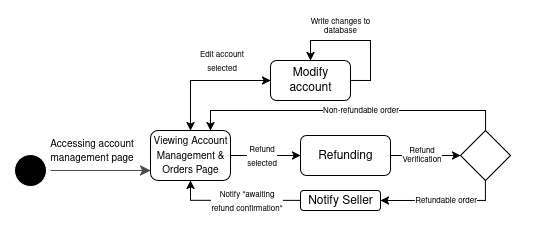
The draw.io diagram SRS Documents/User Story Diagrams/State Diagram - 9.png in TagReaper/CSE-4214-03-Lab-Project, before a commit. Source tidied: cells renumbered, new cells last; positions are measured from the earlier drawing's top-left corner, leaving out a move shared by most shapes.
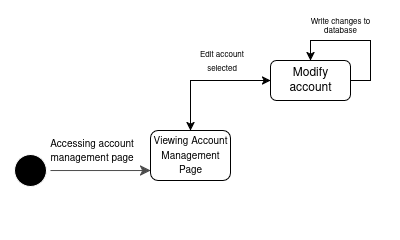
Later version of the same file.

What changed in the source:
```diff
@@ -3,7 +3,7 @@
     <mxCell id="0" />
     <mxCell id="1" parent="0" />
     <mxCell id="2" style="rounded=0;whiteSpace=wrap;html=1;strokeColor=none;" parent="1" vertex="1">
-      <mxGeometry width="540" height="240" as="geometry" />
+      <mxGeometry width="400" height="240" as="geometry" />
     </mxCell>
     <mxCell id="3" style="ellipse;html=1;shape=startState;fillColor=#000000;strokeColor=light-dark(#FFFFFF,#FFFFFF);" parent="1" vertex="1">
       <mxGeometry x="10" y="150" width="40" height="40" as="geometry" />
@@ -21,7 +21,7 @@
         <mxPoint x="2" y="-24" as="offset" />
       </mxGeometry>
     </mxCell>
-    <mxCell id="6" value="&lt;font style=&quot;font-size: 10px;&quot;&gt;Viewing Account Management &amp;amp; Orders Page&lt;/font&gt;" style="rounded=1;whiteSpace=wrap;html=1;" parent="1" vertex="1">
+    <mxCell id="6" value="&lt;font style=&quot;font-size: 10px;&quot;&gt;Viewing Account Management Page&lt;/font&gt;" style="rounded=1;whiteSpace=wrap;html=1;" parent="1" vertex="1">
       <mxGeometry x="150" y="130" width="80" height="50" as="geometry" />
     </mxCell>
     <mxCell id="7" style="endArrow=classic;html=1;rounded=0;" parent="1" edge="1">
@@ -33,16 +33,6 @@
         </Array>
       </mxGeometry>
     </mxCell>
-    <mxCell id="8" style="endArrow=classic;html=1;rounded=0;entryX=0;entryY=0.5;entryDx=0;entryDy=0;" parent="1" edge="1" target="16">
-      <mxGeometry relative="1" as="geometry">
-        <mxPoint x="230" y="155" as="sourcePoint" />
-      </mxGeometry>
-    </mxCell>
-    <mxCell id="9" value="&lt;font style=&quot;font-size: 8px;&quot;&gt;Refund&lt;br&gt;selected&lt;/font&gt;" style="edgeLabel;html=1;align=center;verticalAlign=middle;" parent="8" vertex="1">
-      <mxGeometry x="-0.38" relative="1" as="geometry">
-        <mxPoint x="9" as="offset" />
-      </mxGeometry>
-    </mxCell>
     <mxCell id="10" style="edgeStyle=orthogonalEdgeStyle;rounded=0;jettySize=auto;html=1;entryX=0.5;entryY=0;entryDx=0;entryDy=0;" parent="1" edge="1" source="13" target="6">
       <mxGeometry relative="1" as="geometry" />
     </mxCell>
@@ -63,68 +53,8 @@
     <mxCell id="13" value="Modify account" style="rounded=1;whiteSpace=wrap;html=1;" parent="1" vertex="1">
       <mxGeometry x="270" y="60" width="80" height="40" as="geometry" />
     </mxCell>
-    <mxCell id="14" style="edgeStyle=orthogonalEdgeStyle;rounded=0;jettySize=auto;html=1;exitX=1;exitY=0.5;exitDx=0;exitDy=0;" parent="1" edge="1" source="16">
-      <mxGeometry relative="1" as="geometry">
-        <mxPoint x="460" y="155" as="targetPoint" />
-        <Array as="points">
-          <mxPoint x="440" y="155" />
-          <mxPoint x="440" y="155" />
-        </Array>
-      </mxGeometry>
-    </mxCell>
-    <mxCell id="15" value="&lt;font style=&quot;line-height: 100%;&quot;&gt;Refund&lt;br&gt;Verification&lt;/font&gt;" style="edgeLabel;html=1;align=center;verticalAlign=middle;spacing=2;fontSize=8;spacingTop=0;" parent="14" vertex="1">
-      <mxGeometry x="-0.16" y="1" relative="1" as="geometry">
-        <mxPoint x="1" y="1" as="offset" />
-      </mxGeometry>
-    </mxCell>
-    <mxCell id="16" value="Refunding" style="rounded=1;whiteSpace=wrap;html=1;" parent="1" vertex="1">
-      <mxGeometry x="300" y="135" width="90" height="40" as="geometry" />
-    </mxCell>
-    <mxCell id="17" style="edgeStyle=orthogonalEdgeStyle;rounded=0;jettySize=auto;html=1;exitX=0;exitY=0.5;exitDx=0;exitDy=0;" parent="1" edge="1" source="25">
-      <mxGeometry relative="1" as="geometry">
-        <mxPoint x="190" y="180" as="targetPoint" />
-        <Array as="points">
-          <mxPoint x="190" y="200" />
-        </Array>
-      </mxGeometry>
-    </mxCell>
-    <mxCell id="18" value="&lt;font style=&quot;font-size: 8px;&quot;&gt;Notify &quot;awaiting&lt;br&gt;refund confirmation&quot;&lt;/font&gt;" style="edgeLabel;html=1;align=center;verticalAlign=middle;" parent="17" vertex="1">
-      <mxGeometry x="0.3" y="1" relative="1" as="geometry">
-        <mxPoint x="30" y="-1" as="offset" />
-      </mxGeometry>
-    </mxCell>
     <mxCell id="19" value="&lt;div style=&quot;line-height: 80%;&quot;&gt;&lt;font style=&quot;font-size: 8px; line-height: 80%;&quot;&gt;Write changes to database&lt;/font&gt;&lt;/div&gt;" style="text;html=1;align=center;verticalAlign=middle;whiteSpace=wrap;rounded=0;spacing=1;" parent="1" vertex="1">
       <mxGeometry x="300" y="10" width="80" height="30" as="geometry" />
     </mxCell>
-    <mxCell id="20" style="edgeStyle=orthogonalEdgeStyle;rounded=0;jettySize=auto;html=1;exitX=0.5;exitY=1;exitDx=0;exitDy=0;entryX=1;entryY=0.5;entryDx=0;entryDy=0;" parent="1" edge="1" target="25">
-      <mxGeometry relative="1" as="geometry">
-        <mxPoint x="485" y="170" as="sourcePoint" />
-        <Array as="points">
-          <mxPoint x="485" y="200" />
-        </Array>
-      </mxGeometry>
-    </mxCell>
-    <mxCell id="21" value="&lt;font style=&quot;font-size: 8px;&quot;&gt;Refundable order&lt;/font&gt;" style="edgeLabel;html=1;align=center;verticalAlign=middle;" parent="20" vertex="1">
-      <mxGeometry x="0.05" y="-1" relative="1" as="geometry" />
-    </mxCell>
-    <mxCell id="22" style="edgeStyle=orthogonalEdgeStyle;rounded=0;jettySize=auto;html=1;entryX=0.75;entryY=0;entryDx=0;entryDy=0;" parent="1" edge="1" source="24" target="6">
-      <mxGeometry relative="1" as="geometry">
-        <Array as="points">
-          <mxPoint x="485" y="110" />
-          <mxPoint x="210" y="110" />
-        </Array>
-      </mxGeometry>
-    </mxCell>
-    <mxCell id="23" value="&lt;font style=&quot;font-size: 8px;&quot;&gt;Non-refundable order&lt;/font&gt;" style="edgeLabel;html=1;align=center;verticalAlign=middle;" parent="22" vertex="1">
-      <mxGeometry x="-0.07" y="-1" relative="1" as="geometry">
-        <mxPoint x="1" as="offset" />
-      </mxGeometry>
-    </mxCell>
-    <mxCell id="24" style="rhombus;whiteSpace=wrap;html=1;" parent="1" vertex="1">
-      <mxGeometry x="460" y="130" width="50" height="50" as="geometry" />
-    </mxCell>
-    <mxCell id="25" value="Notify Seller" style="rounded=1;whiteSpace=wrap;html=1;" parent="1" vertex="1">
-      <mxGeometry x="300" y="190" width="80" height="20" as="geometry" />
-    </mxCell>
   </root>
 </mxGraphModel>
```
